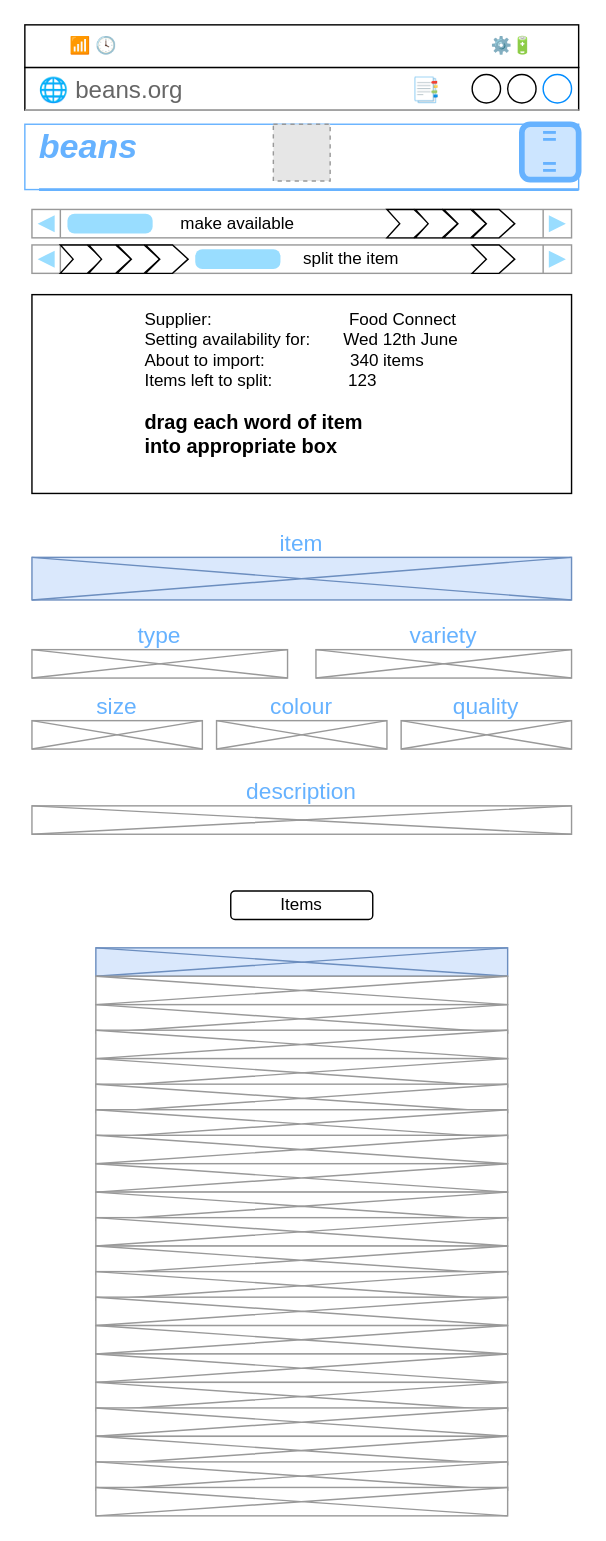
Before: page "split items" (6 of 9) of documentation/images/make available.drawio in russellausterberry/beans, a draw.io diagram. Source tidied: cells renumbered, new cells numbered last; positions are measured from the earlier drawing's top-left corner, leaving out a move shared by most shapes. Both pictures are drawn from the tidied source at 142%, with x=0, y=0 at pixel (24, 24). Pictures stored in the file or linked from it are replaced by grey dashed boxes.
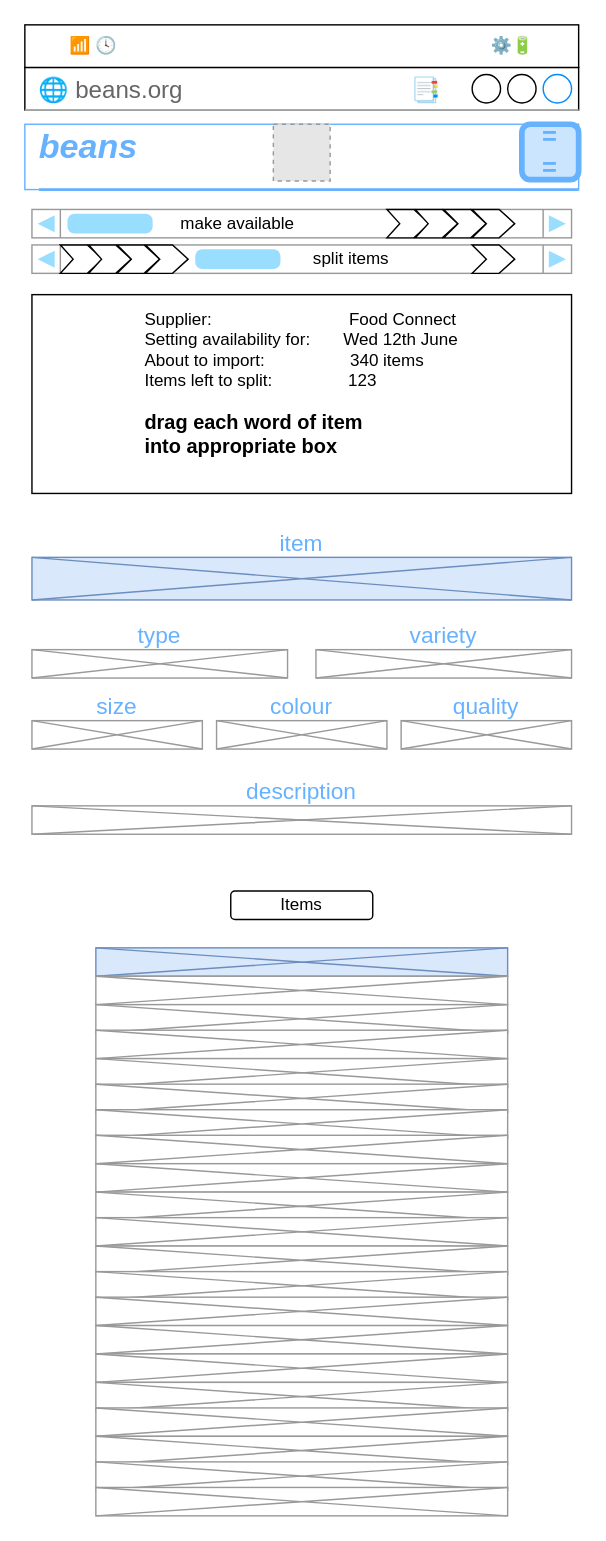
After the change.

Unchanged cells that the change refers to:
```xml
<mxCell id="17" style="group;" parent="1" vertex="1">
  <mxGeometry x="5" y="155" width="380" height="20" as="geometry" />
</mxCell>
```

Change to the diagram source:
```diff
@@
-    <mxCell id="23" value="split the item" style="text;html=1;strokeColor=none;fillColor=none;align=center;verticalAlign=middle;whiteSpace=wrap;rounded=0;" parent="17" vertex="1">
+    <mxCell id="23" value="split items" style="text;html=1;strokeColor=none;fillColor=none;align=center;verticalAlign=middle;whiteSpace=wrap;rounded=0;" parent="17" vertex="1">
       <mxGeometry x="170" width="110" height="20" as="geometry" />
     </mxCell>
```
